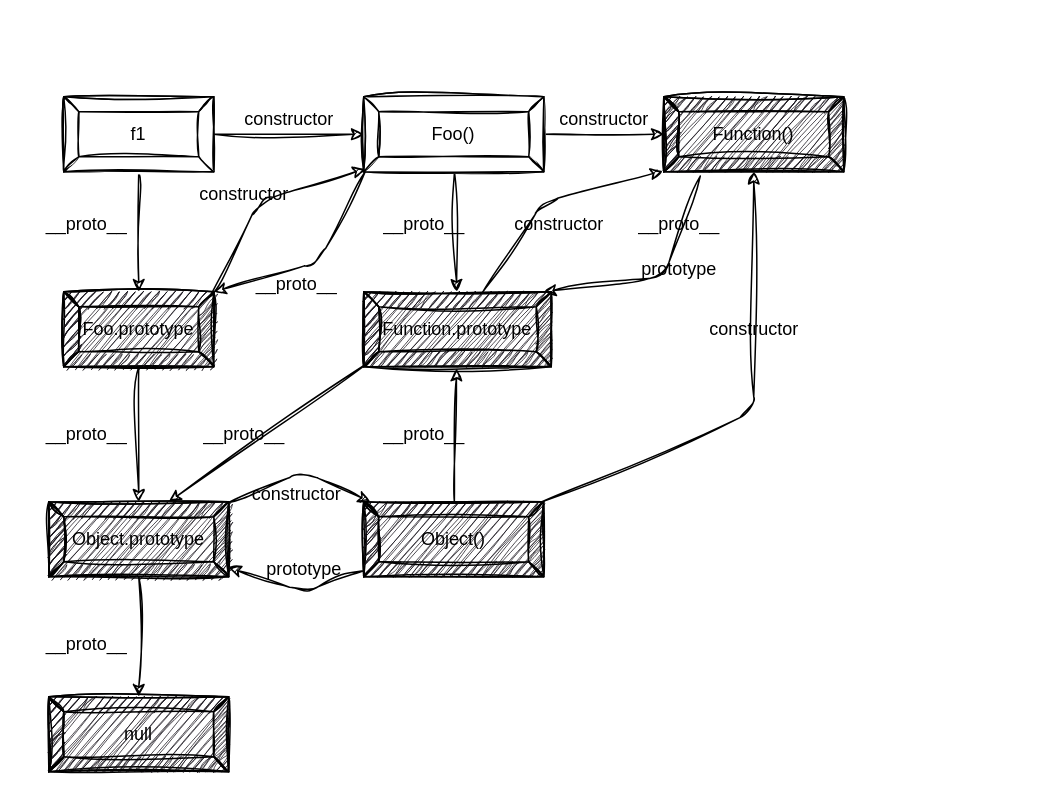
Before: docs/src/js/.drawio in supperun/doudou, a draw.io diagram. Source tidied: cells renumbered, new cells numbered last; positions are measured from the earlier drawing's top-left corner, leaving out a move shared by most shapes. Both pictures are drawn from the tidied source at 150%, with x=0, y=0 at pixel (26, 96).
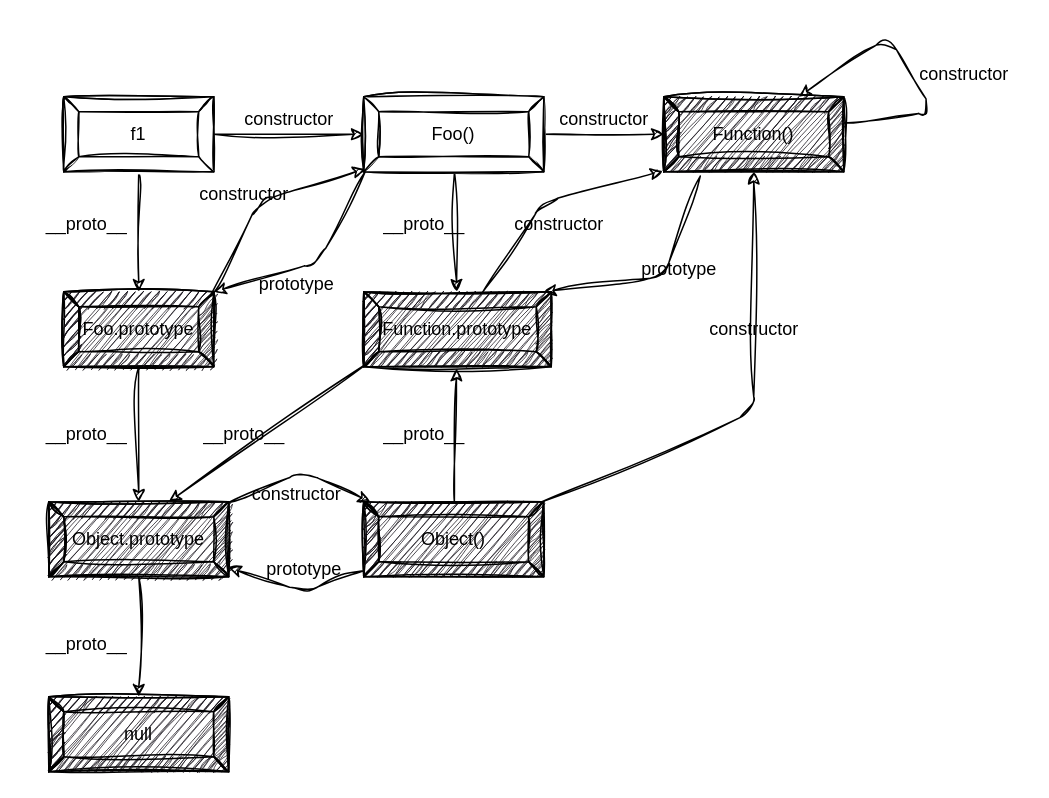
Above is the later version.

Unchanged cells that the change refers to:
```xml
<mxCell id="34" value="Function()" style="labelPosition=center;verticalLabelPosition=middle;align=center;html=1;shape=mxgraph.basic.button;dx=10;whiteSpace=wrap;fillColor=rgb(24, 20, 29);sketch=1;curveFitting=1;jiggle=2;" parent="1" vertex="1">
  <mxGeometry x="425" width="120" height="50" as="geometry" />
</mxCell>
```

What changed in the source:
```diff
@@
-    <mxCell id="31" value="__proto__" style="text;html=1;align=center;verticalAlign=middle;strokeColor=none;fillColor=none;sketch=1;curveFitting=1;jiggle=2;" parent="1" vertex="1">
-      <mxGeometry x="140" y="110" width="80" height="30" as="geometry" />
+    <mxCell id="31" value="prototype" style="text;html=1;align=center;verticalAlign=middle;strokeColor=none;fillColor=none;sketch=1;curveFitting=1;jiggle=2;" parent="1" vertex="1">
+      <mxGeometry x="145" y="110" width="70" height="30" as="geometry" />
     </mxCell>
@@
+    <mxCell id="41" style="edgeStyle=none;sketch=1;hachureGap=4;jiggle=2;curveFitting=1;html=1;fontFamily=Architects Daughter;fontSize=16;entryX=0.75;entryY=0;entryDx=0;entryDy=0;entryPerimeter=0;" parent="1" edge="1" source="34" target="34">
+      <mxGeometry relative="1" as="geometry">
+        <Array as="points">
+          <mxPoint x="605" y="10" />
+          <mxPoint x="575" y="-40" />
+        </Array>
+      </mxGeometry>
+    </mxCell>
@@
-    <mxCell id="36" value="__proto__" style="text;html=1;align=center;verticalAlign=middle;strokeColor=none;fillColor=none;rotation=0;sketch=1;curveFitting=1;jiggle=2;" parent="1" vertex="1">
-      <mxGeometry x="395" y="70" width="80" height="30" as="geometry" />
-    </mxCell>
@@
+    <mxCell id="42" value="constructor" style="text;html=1;align=center;verticalAlign=middle;strokeColor=none;fillColor=none;sketch=1;curveFitting=1;jiggle=2;" parent="1" vertex="1">
+      <mxGeometry x="585" y="-30" width="80" height="30" as="geometry" />
+    </mxCell>
```
